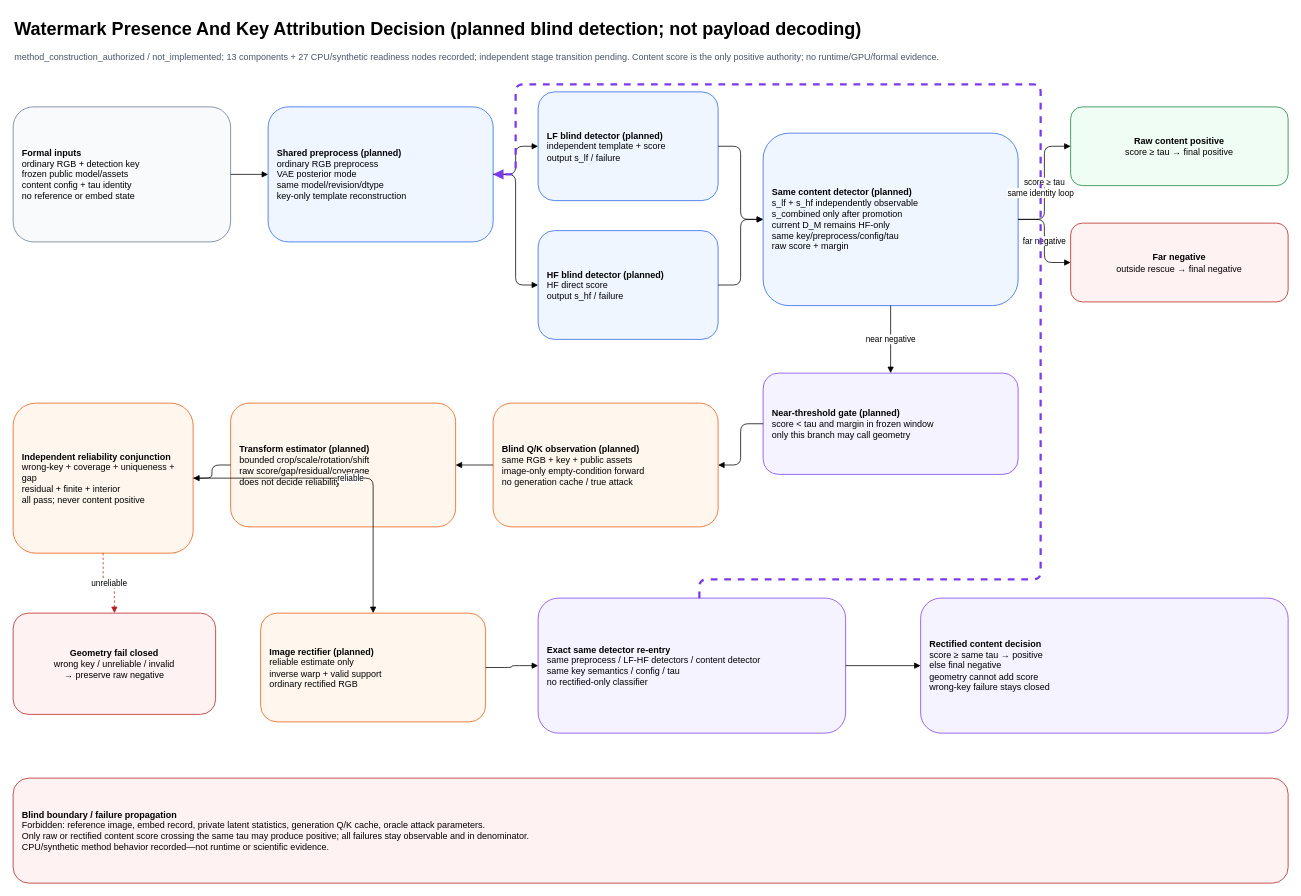
This is docs/design/diagrams/watermark_detection_and_key_attribution.drawio from RICHAAARC/CEG-WM, a draw.io file, before an edit. Source tidied: cells renumbered, new cells numbered last; positions are measured from the earlier drawing's top-left corner, leaving out a move shared by most shapes. Both pictures are drawn from the tidied source at 75%, with x=0, y=0 at pixel (13, 13).
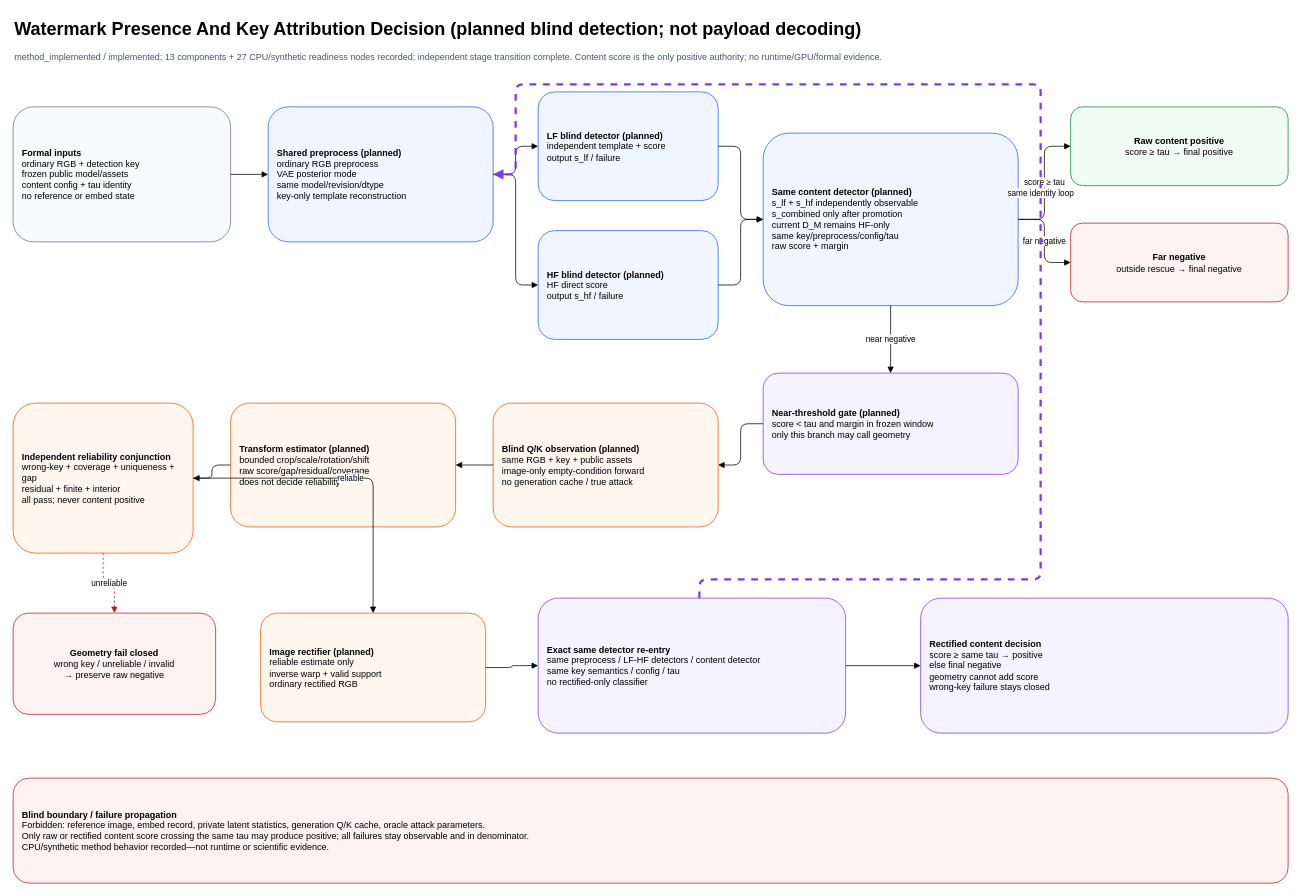
Above is the later version.

The edit, as a diff of the source:
```diff
@@
-    <mxCell id="3" value="method_construction_authorized / not_implemented; 13 components + 27 CPU/synthetic readiness nodes recorded; independent stage transition pending. Content score is the only positive authority; no runtime/GPU/formal evidence." style="text;html=1;fontSize=12;align=left;fontColor=#475569;" parent="1" vertex="1">
+    <mxCell id="3" value="method_implemented / implemented; 13 components + 27 CPU/synthetic readiness nodes recorded; independent stage transition complete. Content score is the only positive authority; no runtime/GPU/formal evidence." style="text;html=1;fontSize=12;align=left;fontColor=#475569;" parent="1" vertex="1">
       <mxGeometry y="45" width="1500" height="45" as="geometry" />
     </mxCell>
```
